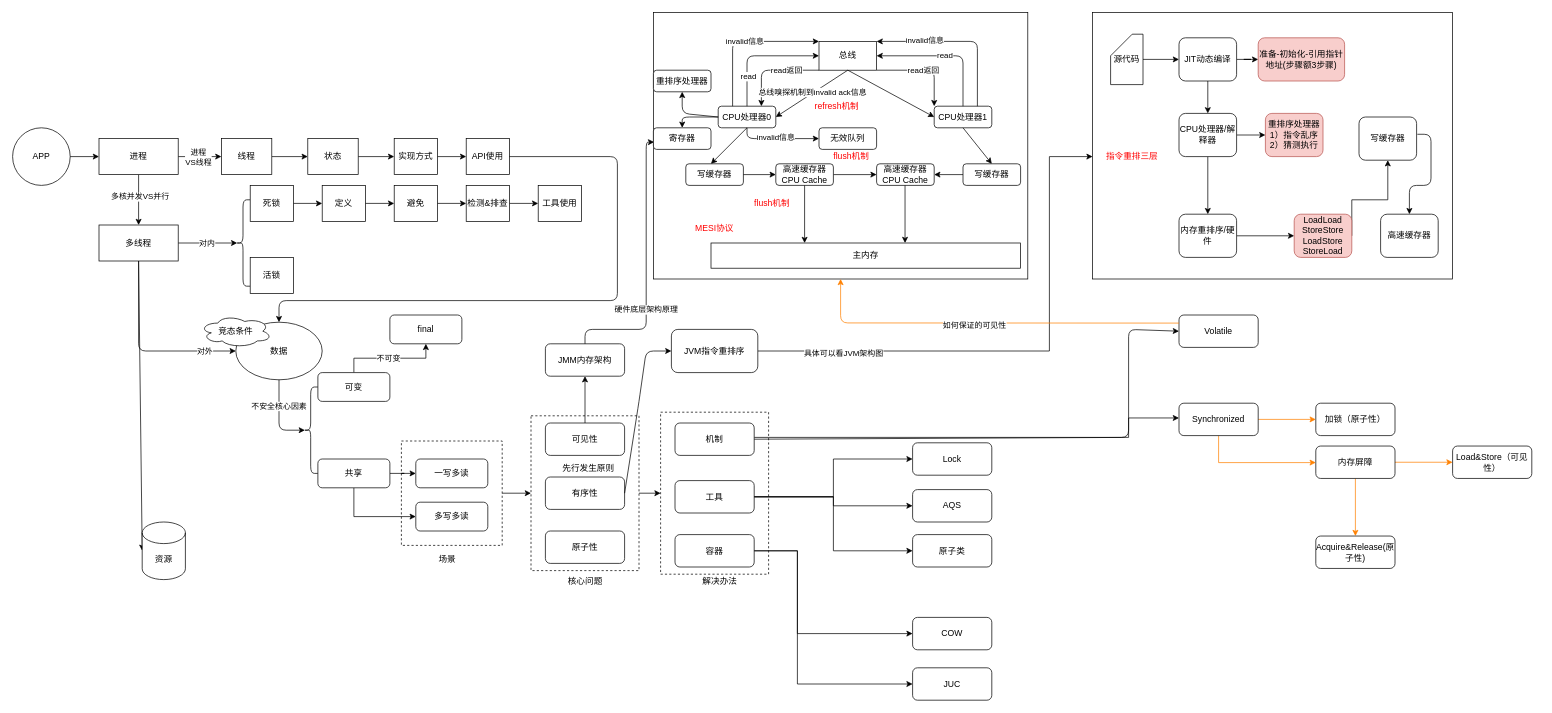
The draw.io diagram 并发编程.drawio in xiaochengxinyizhan/Three-Year-Plan, before the edit. Source tidied: cells renumbered, new cells numbered last; positions are measured from the earlier drawing's top-left corner, leaving out a move shared by most shapes. Both pictures are drawn from the tidied source at 72%, with x=0, y=0 at pixel (12, 12).
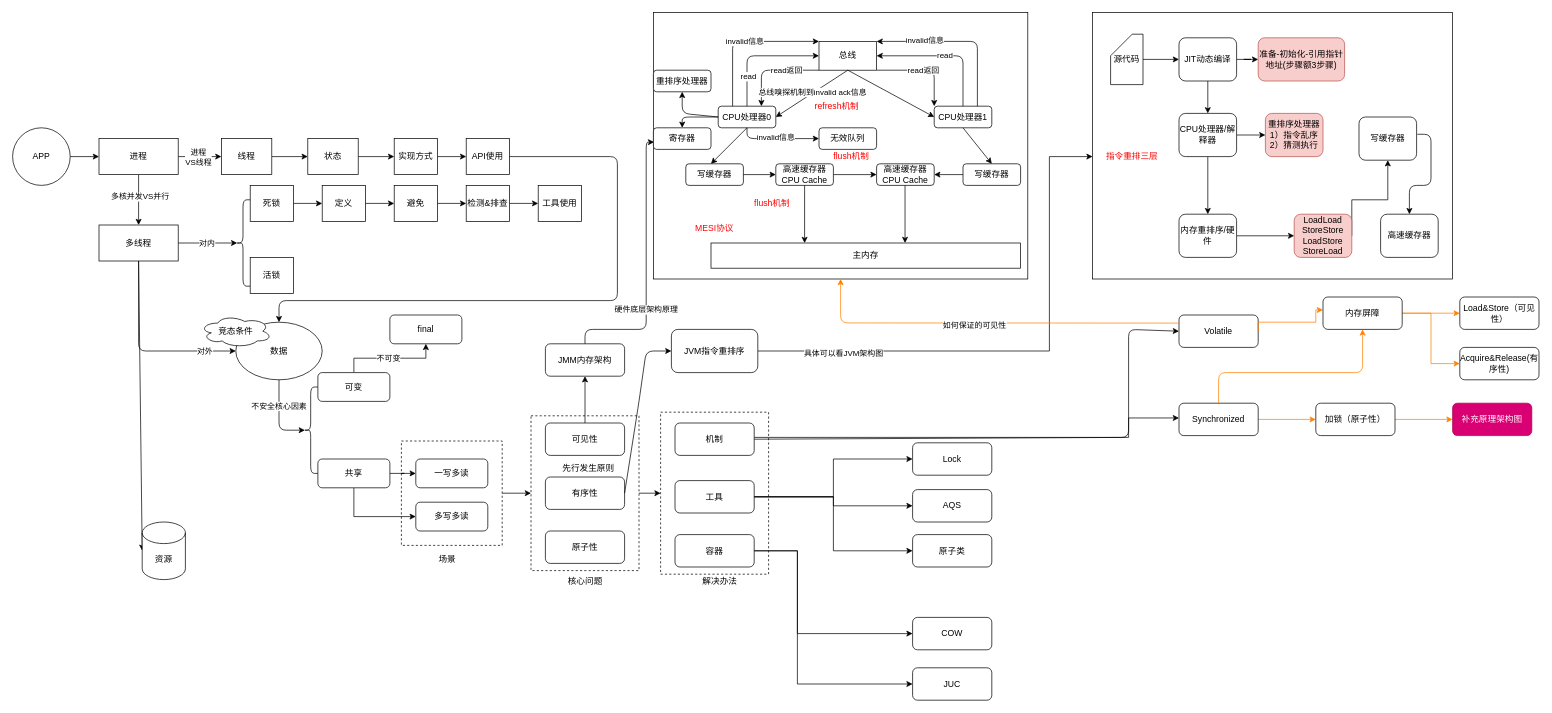
Above is the later version.

The change refers to these unchanged cells:
```xml
<mxCell id="68" value="Volatile" style="rounded=1;whiteSpace=wrap;html=1;" parent="1" vertex="1">
  <mxGeometry x="1620" y="420" width="110" height="45" as="geometry" />
</mxCell>
<mxCell id="71" value="Synchronized" style="rounded=1;whiteSpace=wrap;html=1;" parent="1" vertex="1">
  <mxGeometry x="1620" y="542.5" width="110" height="45" as="geometry" />
</mxCell>
<mxCell id="149" value="加锁（原子性）" style="rounded=1;whiteSpace=wrap;html=1;" parent="1" vertex="1">
  <mxGeometry x="1810" y="542.5" width="110" height="45" as="geometry" />
</mxCell>
```

Diff of the diagram source:
```diff
@@
-    <mxCell id="70" style="edgeStyle=orthogonalEdgeStyle;rounded=0;jettySize=auto;html=1;strokeColor=#FF8000;" parent="1" edge="1" source="71" target="152">
+    <mxCell id="70" style="edgeStyle=orthogonalEdgeStyle;rounded=0;jettySize=auto;html=1;strokeColor=#FF8000;exitX=1;exitY=0.5;exitDx=0;exitDy=0;" parent="1" edge="1" source="68" target="152">
       <mxGeometry relative="1" as="geometry">
         <Array as="points">
-          <mxPoint x="1675" y="625" />
+          <mxPoint x="1730" y="430" />
+          <mxPoint x="1810" y="430" />
+          <mxPoint x="1810" y="413" />
         </Array>
       </mxGeometry>
     </mxCell>
@@
+    <mxCell id="155" style="edgeStyle=orthogonalEdgeStyle;rounded=0;jettySize=auto;html=1;strokeColor=#FF8000;" parent="1" edge="1" source="149" target="157">
+      <mxGeometry relative="1" as="geometry" />
+    </mxCell>
@@
-    <mxCell id="151" style="edgeStyle=orthogonalEdgeStyle;rounded=0;jettySize=auto;html=1;strokeColor=#FF8000;" parent="1" edge="1" source="152" target="154">
+    <mxCell id="151" style="edgeStyle=orthogonalEdgeStyle;rounded=0;jettySize=auto;html=1;strokeColor=#FF8000;entryX=0;entryY=0.5;entryDx=0;entryDy=0;" parent="1" edge="1" source="152" target="154">
       <mxGeometry relative="1" as="geometry" />
     </mxCell>
     <mxCell id="152" value="内存屏障" style="rounded=1;whiteSpace=wrap;html=1;" parent="1" vertex="1">
-      <mxGeometry x="1810" y="602" width="110" height="45" as="geometry" />
+      <mxGeometry x="1820" y="395" width="110" height="45" as="geometry" />
     </mxCell>
     <mxCell id="153" value="Load&amp;amp;Store（可见性）" style="rounded=1;whiteSpace=wrap;html=1;" parent="1" vertex="1">
-      <mxGeometry x="2000" y="602" width="110" height="45" as="geometry" />
+      <mxGeometry x="2010" y="395" width="110" height="45" as="geometry" />
     </mxCell>
-    <mxCell id="154" value="Acquire&amp;amp;Release(原子性)" style="rounded=1;whiteSpace=wrap;html=1;" parent="1" vertex="1">
-      <mxGeometry x="1810" y="727" width="110" height="45" as="geometry" />
+    <mxCell id="154" value="Acquire&amp;amp;Release(有序性)" style="rounded=1;whiteSpace=wrap;html=1;" parent="1" vertex="1">
+      <mxGeometry x="2010" y="465" width="110" height="45" as="geometry" />
     </mxCell>
+    <mxCell id="156" style="endArrow=classic;html=1;strokeColor=#FF8000;entryX=0.5;entryY=1;entryDx=0;entryDy=0;exitX=0.5;exitY=0;exitDx=0;exitDy=0;" parent="1" edge="1" source="71" target="152">
+      <mxGeometry relative="1" as="geometry">
+        <Array as="points">
+          <mxPoint x="1675" y="500" />
+          <mxPoint x="1875" y="500" />
+        </Array>
+      </mxGeometry>
+    </mxCell>
+    <mxCell id="157" value="补充原理架构图" style="rounded=1;whiteSpace=wrap;html=1;fillColor=#d80073;strokeColor=#A50040;fontColor=#ffffff;" parent="1" vertex="1">
+      <mxGeometry x="2000" y="542.5" width="110" height="45" as="geometry" />
+    </mxCell>
```
